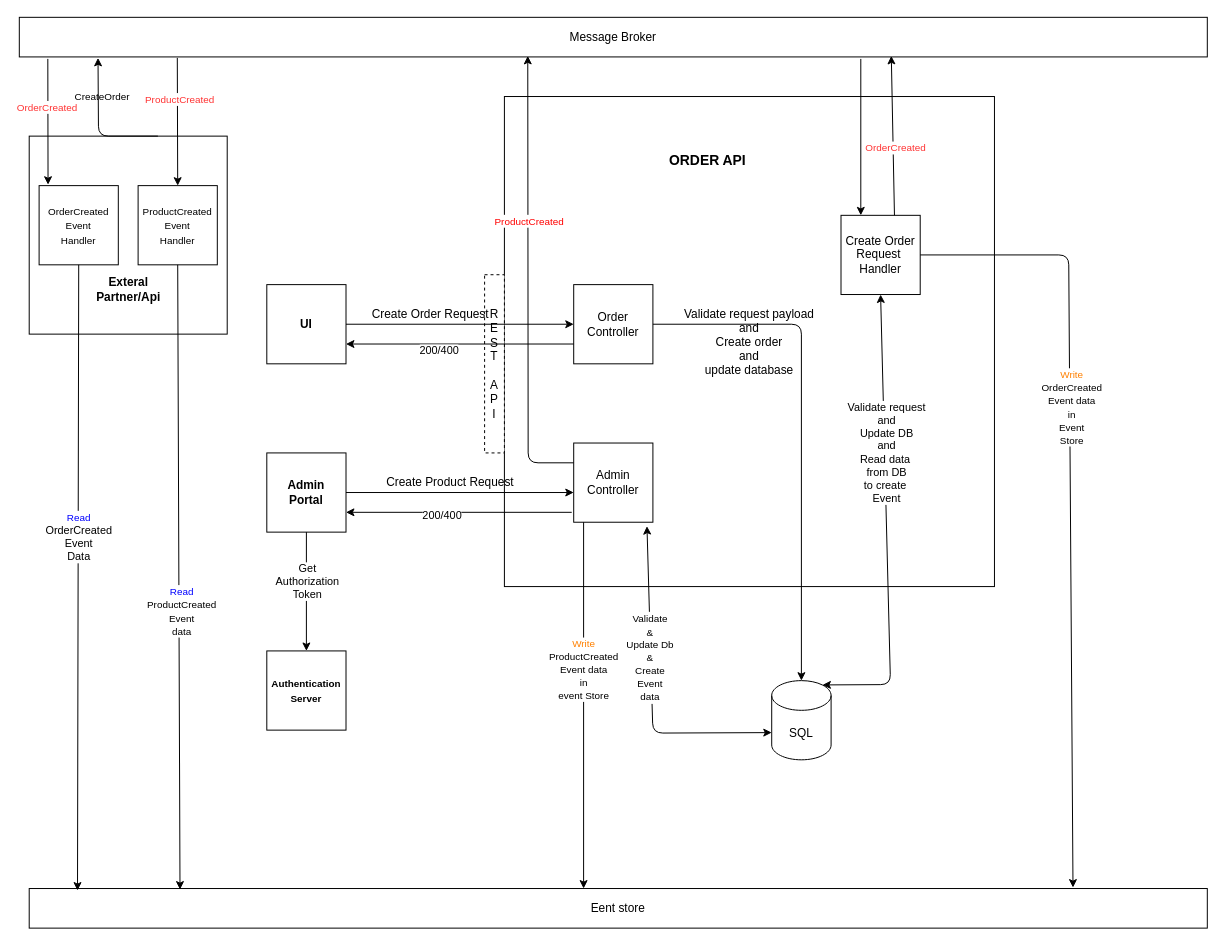
Earlier version of the draw.io diagram Design task/Design diagram.drawio (arif1613/Event_Driven_Architecture). Source tidied: cells renumbered, new cells numbered last; positions are measured from the earlier drawing's top-left corner, leaving out a move shared by most shapes. Both pictures are drawn from the tidied source at 99%, with x=0, y=0 at pixel (19, 17).
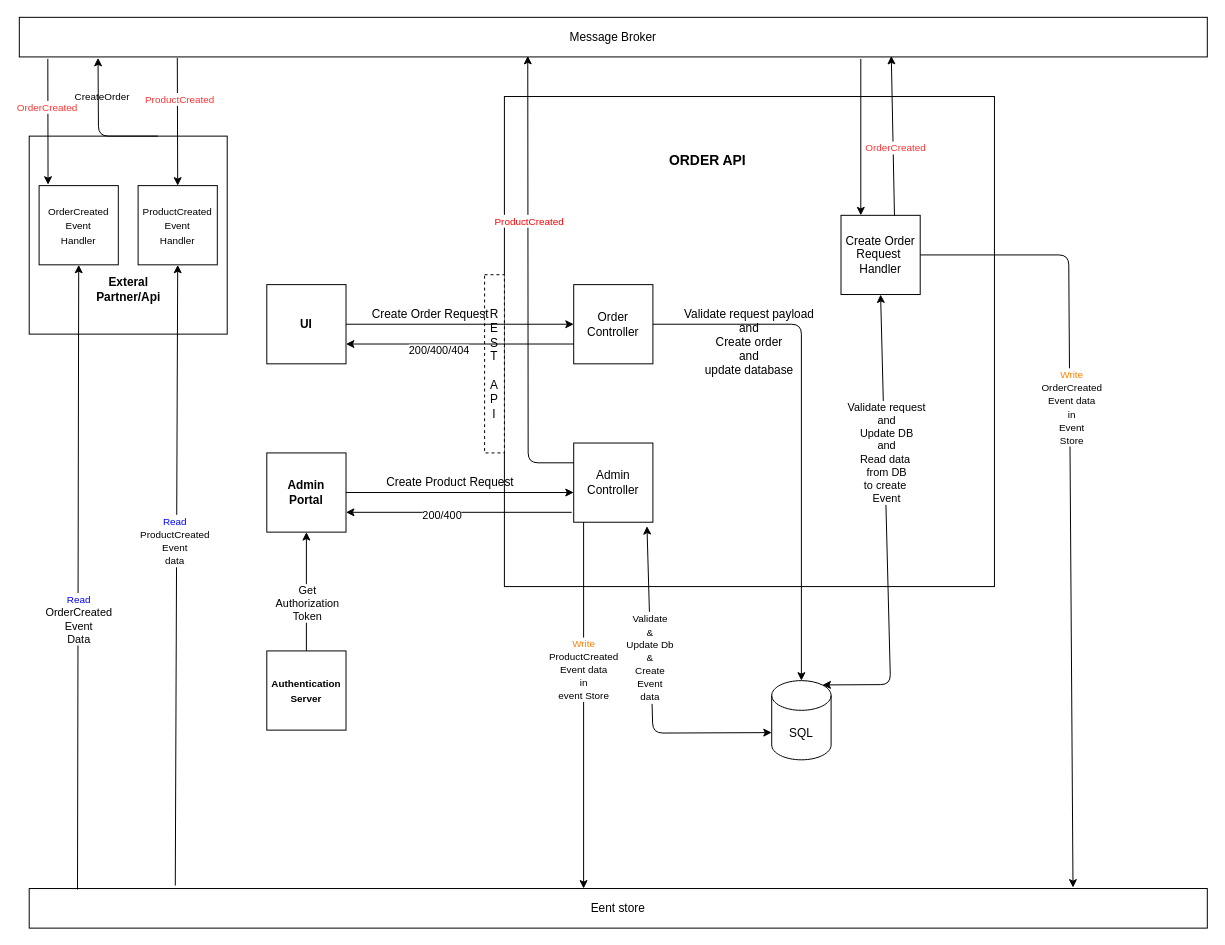
After the change.

Unchanged cells that the change refers to:
```xml
<mxCell id="3" value="Eent store" style="rounded=0;whiteSpace=wrap;html=1;" parent="1" vertex="1">
  <mxGeometry x="10" y="880" width="1190" height="40" as="geometry" />
</mxCell>
<mxCell id="6" value="&lt;b&gt;Admin&lt;br&gt;Portal&lt;/b&gt;" style="whiteSpace=wrap;html=1;" parent="1" vertex="1">
  <mxGeometry x="250" y="440" width="80" height="80" as="geometry" />
</mxCell>
<mxCell id="15" style="endArrow=classic;html=1;entryX=1;entryY=0.75;entryDx=0;entryDy=0;exitX=0;exitY=0.75;exitDx=0;exitDy=0;" parent="1" edge="1" source="9" target="5">
  <mxGeometry relative="1" as="geometry" />
</mxCell>
<mxCell id="27" value="&lt;b style=&quot;font-size: 10px&quot;&gt;Authentication&lt;br&gt;Server&lt;/b&gt;" style="whiteSpace=wrap;html=1;" parent="1" vertex="1">
  <mxGeometry x="250" y="640" width="80" height="80" as="geometry" />
</mxCell>
<mxCell id="36" value="&lt;font style=&quot;font-size: 10px&quot;&gt;OrderCreated&lt;br&gt;Event&lt;br&gt;Handler&lt;/font&gt;" style="whiteSpace=wrap;html=1;" parent="1" vertex="1">
  <mxGeometry x="20" y="170" width="80" height="80" as="geometry" />
</mxCell>
<mxCell id="37" value="&lt;font style=&quot;font-size: 10px&quot;&gt;ProductCreated&lt;br&gt;Event&lt;br&gt;Handler&lt;/font&gt;" style="whiteSpace=wrap;html=1;" parent="1" vertex="1">
  <mxGeometry x="120" y="170" width="80" height="80" as="geometry" />
</mxCell>
```

Diff of the diagram source:
```diff
@@
-    <mxCell id="16" value="200/400" style="edgeLabel;html=1;align=center;verticalAlign=middle;" parent="15" vertex="1">
+    <mxCell id="16" value="200/400/404" style="edgeLabel;html=1;align=center;verticalAlign=middle;" parent="15" vertex="1">
       <mxGeometry x="0.19" y="5" relative="1" as="geometry">
         <mxPoint y="1" as="offset" />
       </mxGeometry>
     </mxCell>
@@
-    <mxCell id="28" style="endArrow=classic;html=1;exitX=0.5;exitY=1;exitDx=0;exitDy=0;entryX=0.5;entryY=0;entryDx=0;entryDy=0;" parent="1" edge="1" source="6" target="27">
+    <mxCell id="28" style="endArrow=classic;html=1;exitX=0.5;exitY=0;exitDx=0;exitDy=0;entryX=0.5;entryY=1;entryDx=0;entryDy=0;" parent="1" edge="1" source="27" target="6">
       <mxGeometry relative="1" as="geometry" />
     </mxCell>
@@
-    <mxCell id="44" style="endArrow=classic;html=1;exitX=0.5;exitY=1;exitDx=0;exitDy=0;entryX=0.041;entryY=0.05;entryDx=0;entryDy=0;entryPerimeter=0;" parent="1" edge="1" source="36" target="3">
+    <mxCell id="44" style="endArrow=classic;html=1;exitX=0.041;exitY=0.025;exitDx=0;exitDy=0;exitPerimeter=0;entryX=0.5;entryY=1;entryDx=0;entryDy=0;" parent="1" edge="1" source="3" target="36">
       <mxGeometry relative="1" as="geometry" />
     </mxCell>
@@
-    <mxCell id="46" style="endArrow=classic;html=1;entryX=0.128;entryY=0.025;entryDx=0;entryDy=0;entryPerimeter=0;exitX=0.5;exitY=1;exitDx=0;exitDy=0;" parent="1" edge="1" source="37" target="3">
+    <mxCell id="46" style="endArrow=classic;html=1;exitX=0.124;exitY=-0.075;exitDx=0;exitDy=0;exitPerimeter=0;entryX=0.5;entryY=1;entryDx=0;entryDy=0;" parent="1" edge="1" source="3" target="37">
       <mxGeometry relative="1" as="geometry" />
     </mxCell>
```
